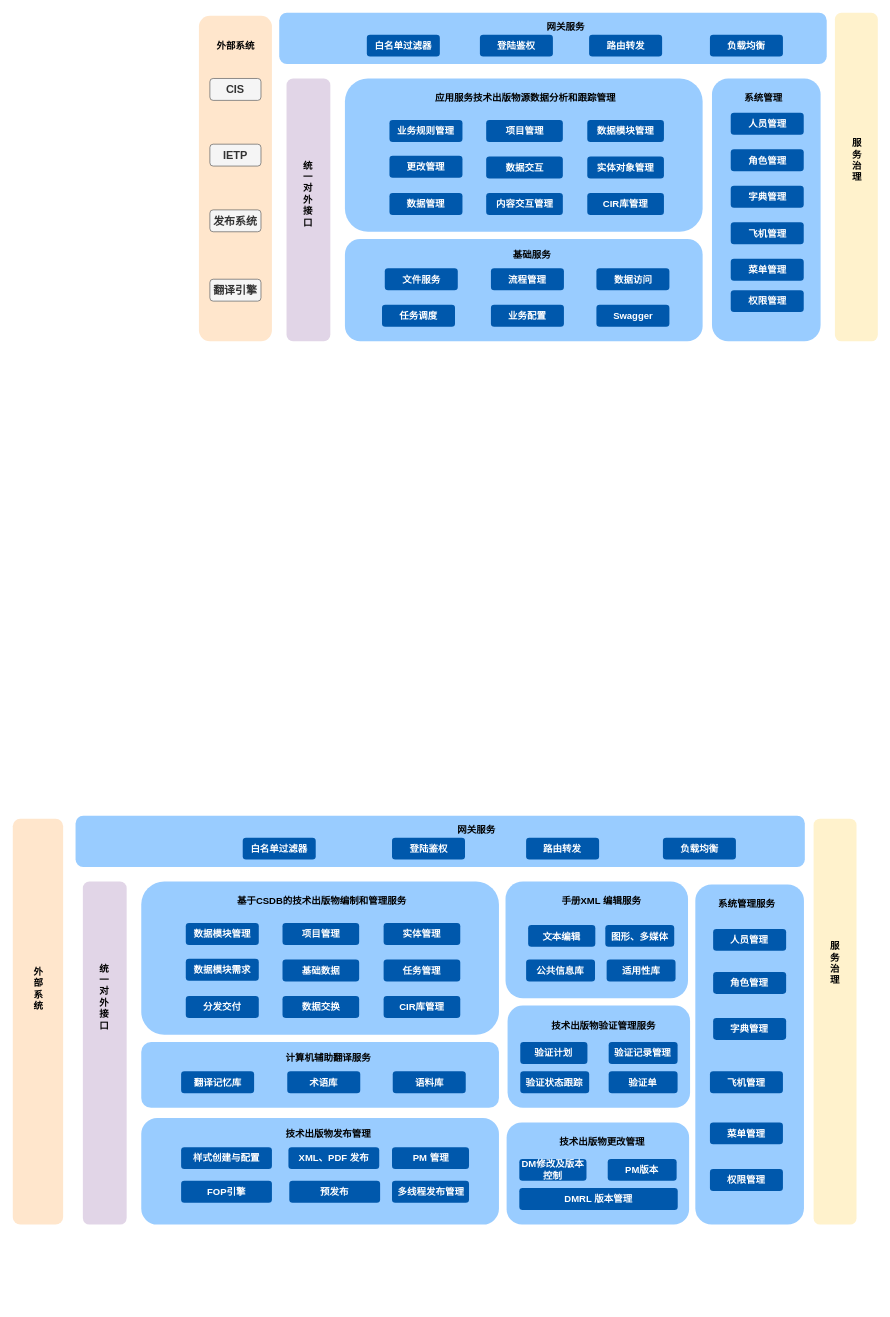
DemonHan/KuickBuy keeps this draw.io diagram as 机载共性/机载共性应用架构.drawio. Above is the earlier version. Source tidied: cells renumbered, new cells numbered last; positions are measured from the earlier drawing's top-left corner, leaving out a move shared by most shapes. Both pictures are drawn from the tidied source at 73%, with x=0, y=0 at pixel (12, 12).
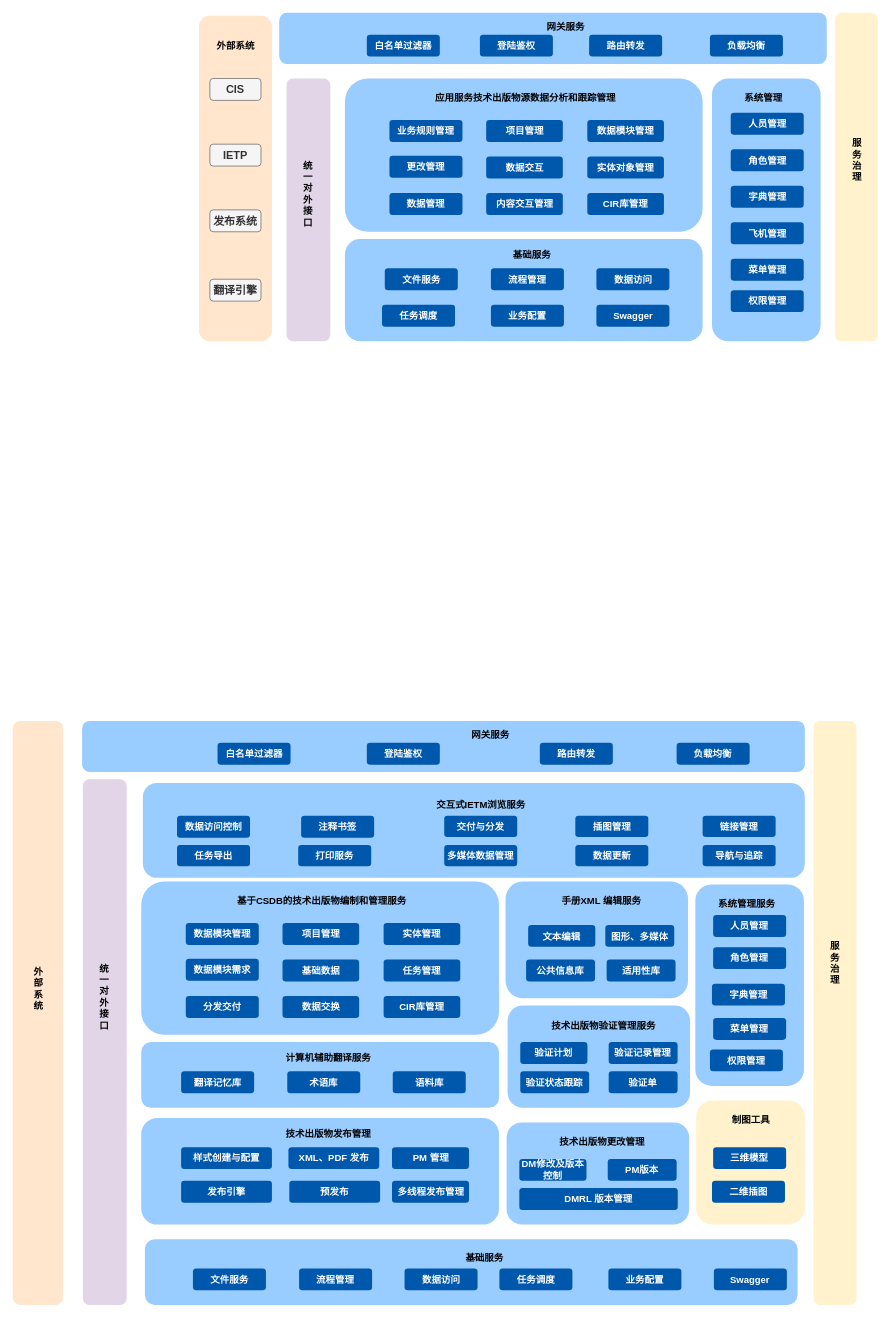
The same diagram, later.

Commit message (it also covers changes not shown here):
更新机载共性应用架构.drawio

The edit, as a diff of the source:
```diff
@@
     <mxCell id="50" style="rounded=1;whiteSpace=wrap;html=1;fillColor=#99CCFF;strokeColor=none;" parent="1" vertex="1">
-      <mxGeometry x="935" y="1194" width="148.8" height="466" as="geometry" />
+      <mxGeometry x="935" y="1194" width="148.8" height="276" as="geometry" />
     </mxCell>
@@
     <mxCell id="52" value="人员管理" style="rounded=1;whiteSpace=wrap;html=1;fontStyle=1;fontSize=13;strokeColor=none;fillColor=#0058AC;fontColor=#FFFFFF;" parent="1" vertex="1">
-      <mxGeometry x="959.4" y="1255" width="100" height="30" as="geometry" />
+      <mxGeometry x="959.4" y="1236" width="100" height="30" as="geometry" />
     </mxCell>
     <mxCell id="53" value="角色管理" style="rounded=1;whiteSpace=wrap;html=1;fontStyle=1;fontSize=13;strokeColor=none;fillColor=#0058AC;fontColor=#FFFFFF;" parent="1" vertex="1">
-      <mxGeometry x="959.4" y="1314" width="100" height="30" as="geometry" />
+      <mxGeometry x="959.4" y="1280" width="100" height="30" as="geometry" />
     </mxCell>
     <mxCell id="54" value="字典管理" style="rounded=1;whiteSpace=wrap;html=1;fontStyle=1;fontSize=13;strokeColor=none;fillColor=#0058AC;fontColor=#FFFFFF;" parent="1" vertex="1">
-      <mxGeometry x="959.4" y="1377" width="100" height="30" as="geometry" />
+      <mxGeometry x="957.8" y="1330" width="100" height="30" as="geometry" />
     </mxCell>
-    <mxCell id="55" value="飞机管理" style="rounded=1;whiteSpace=wrap;html=1;fontStyle=1;fontSize=13;strokeColor=none;fillColor=#0058AC;fontColor=#FFFFFF;" parent="1" vertex="1">
-      <mxGeometry x="955" y="1450" width="100" height="30" as="geometry" />
-    </mxCell>
     <mxCell id="56" value="菜单管理" style="rounded=1;whiteSpace=wrap;html=1;fontStyle=1;fontSize=13;strokeColor=none;fillColor=#0058AC;fontColor=#FFFFFF;" parent="1" vertex="1">
-      <mxGeometry x="955" y="1520" width="100" height="30" as="geometry" />
+      <mxGeometry x="959.4" y="1377" width="100" height="30" as="geometry" />
     </mxCell>
     <mxCell id="57" value="权限管理" style="rounded=1;whiteSpace=wrap;html=1;fontStyle=1;fontSize=13;strokeColor=none;fillColor=#0058AC;fontColor=#FFFFFF;" parent="1" vertex="1">
-      <mxGeometry x="955" y="1584" width="100" height="30" as="geometry" />
+      <mxGeometry x="955" y="1420" width="100" height="30" as="geometry" />
     </mxCell>
@@
     <mxCell id="69" style="rounded=1;whiteSpace=wrap;html=1;fillColor=#99CCFF;strokeColor=none;" parent="1" vertex="1">
-      <mxGeometry x="86" y="1100" width="999" height="70" as="geometry" />
+      <mxGeometry x="95" y="970" width="990" height="70" as="geometry" />
     </mxCell>
     <mxCell id="70" value="网关服务" style="text;html=1;align=center;verticalAlign=middle;strokeColor=none;fillColor=none;fontStyle=1;fontSize=13;" parent="1" vertex="1">
-      <mxGeometry x="595" y="1104" width="80" height="30" as="geometry" />
+      <mxGeometry x="613.8" y="974" width="80" height="30" as="geometry" />
     </mxCell>
     <mxCell id="71" value="白名单过滤器" style="rounded=1;whiteSpace=wrap;html=1;fontStyle=1;fontSize=13;strokeColor=none;fillColor=#0058AC;fontColor=#FFFFFF;" parent="1" vertex="1">
-      <mxGeometry x="315" y="1130" width="100" height="30" as="geometry" />
+      <mxGeometry x="280.5" y="1000" width="100" height="30" as="geometry" />
     </mxCell>
     <mxCell id="72" value="登陆鉴权" style="rounded=1;whiteSpace=wrap;html=1;fontStyle=1;fontSize=13;strokeColor=none;fillColor=#0058AC;fontColor=#FFFFFF;" parent="1" vertex="1">
-      <mxGeometry x="519.5" y="1130" width="100" height="30" as="geometry" />
+      <mxGeometry x="485" y="1000" width="100" height="30" as="geometry" />
     </mxCell>
     <mxCell id="73" value="路由转发" style="rounded=1;whiteSpace=wrap;html=1;fontStyle=1;fontSize=13;strokeColor=none;fillColor=#0058AC;fontColor=#FFFFFF;" parent="1" vertex="1">
-      <mxGeometry x="703.2" y="1130" width="100" height="30" as="geometry" />
+      <mxGeometry x="722" y="1000" width="100" height="30" as="geometry" />
     </mxCell>
     <mxCell id="74" value="负载均衡" style="rounded=1;whiteSpace=wrap;html=1;fontStyle=1;fontSize=13;strokeColor=none;fillColor=#0058AC;fontColor=#FFFFFF;" parent="1" vertex="1">
-      <mxGeometry x="890.6" y="1130" width="100" height="30" as="geometry" />
+      <mxGeometry x="909.4" y="1000" width="100" height="30" as="geometry" />
     </mxCell>
     <mxCell id="75" style="rounded=1;whiteSpace=wrap;html=1;fillColor=#e1d5e7;strokeColor=none;" parent="1" vertex="1">
-      <mxGeometry x="96" y="1190" width="60" height="470" as="geometry" />
+      <mxGeometry x="96" y="1050" width="60" height="720" as="geometry" />
     </mxCell>
@@
     <mxCell id="77" style="rounded=1;whiteSpace=wrap;html=1;fillColor=#fff2cc;strokeColor=none;" parent="1" vertex="1">
-      <mxGeometry x="1097" y="1104" width="58.8" height="556" as="geometry" />
+      <mxGeometry x="1097" y="970" width="58.8" height="800" as="geometry" />
     </mxCell>
@@
     <mxCell id="79" style="rounded=1;whiteSpace=wrap;html=1;fillColor=#ffe6cc;strokeColor=none;" parent="1" vertex="1">
-      <mxGeometry y="1104" width="69" height="556" as="geometry" />
+      <mxGeometry y="970" width="69" height="800" as="geometry" />
     </mxCell>
@@
-    <mxCell id="98" value="FOP引擎" style="rounded=1;whiteSpace=wrap;html=1;fontStyle=1;fontSize=13;strokeColor=none;fillColor=#0058AC;fontColor=#FFFFFF;" parent="1" vertex="1">
+    <mxCell id="98" value="发布引擎" style="rounded=1;whiteSpace=wrap;html=1;fontStyle=1;fontSize=13;strokeColor=none;fillColor=#0058AC;fontColor=#FFFFFF;" parent="1" vertex="1">
       <mxGeometry x="230.6" y="1600" width="124.4" height="30" as="geometry" />
     </mxCell>
@@
+    <mxCell id="106" style="rounded=1;whiteSpace=wrap;html=1;fillColor=#fff2cc;strokeColor=none;" parent="1" vertex="1">
+      <mxGeometry x="936.2" y="1490" width="148.8" height="170" as="geometry" />
+    </mxCell>
+    <mxCell id="107" value="制图工具" style="text;html=1;align=center;verticalAlign=middle;strokeColor=none;fillColor=none;fontStyle=1;fontSize=13;" parent="1" vertex="1">
+      <mxGeometry x="970.6" y="1502" width="80" height="30" as="geometry" />
+    </mxCell>
+    <mxCell id="108" value="三维模型" style="rounded=1;whiteSpace=wrap;html=1;fontStyle=1;fontSize=13;strokeColor=none;fillColor=#0058AC;fontColor=#FFFFFF;" parent="1" vertex="1">
+      <mxGeometry x="959.4" y="1554" width="100" height="30" as="geometry" />
+    </mxCell>
+    <mxCell id="109" value="二维插图" style="rounded=1;whiteSpace=wrap;html=1;fontStyle=1;fontSize=13;strokeColor=none;fillColor=#0058AC;fontColor=#FFFFFF;" parent="1" vertex="1">
+      <mxGeometry x="957.8" y="1600" width="100" height="30" as="geometry" />
+    </mxCell>
+    <mxCell id="110" style="rounded=1;whiteSpace=wrap;html=1;fillColor=#99CCFF;strokeColor=none;" parent="1" vertex="1">
+      <mxGeometry x="178.2" y="1055" width="906.8" height="130" as="geometry" />
+    </mxCell>
+    <mxCell id="111" value="交互式IETM浏览服务" style="text;html=1;align=center;verticalAlign=middle;strokeColor=none;fillColor=none;fontStyle=1;fontSize=13;" parent="1" vertex="1">
+      <mxGeometry x="566" y="1070" width="150" height="30" as="geometry" />
+    </mxCell>
+    <mxCell id="112" value="数据访问控制" style="rounded=1;whiteSpace=wrap;html=1;fontStyle=1;fontSize=13;strokeColor=none;fillColor=#0058AC;fontColor=#FFFFFF;" parent="1" vertex="1">
+      <mxGeometry x="225" y="1100" width="100" height="30" as="geometry" />
+    </mxCell>
+    <mxCell id="113" value="注释书签" style="rounded=1;whiteSpace=wrap;html=1;fontStyle=1;fontSize=13;strokeColor=none;fillColor=#0058AC;fontColor=#FFFFFF;" parent="1" vertex="1">
+      <mxGeometry x="395" y="1100" width="100" height="30" as="geometry" />
+    </mxCell>
+    <mxCell id="114" value="交付与分发" style="rounded=1;whiteSpace=wrap;html=1;fontStyle=1;fontSize=13;strokeColor=none;fillColor=#0058AC;fontColor=#FFFFFF;" parent="1" vertex="1">
+      <mxGeometry x="591" y="1100" width="100" height="29" as="geometry" />
+    </mxCell>
+    <mxCell id="115" value="插图管理" style="rounded=1;whiteSpace=wrap;html=1;fontStyle=1;fontSize=13;strokeColor=none;fillColor=#0058AC;fontColor=#FFFFFF;" parent="1" vertex="1">
+      <mxGeometry x="770.6" y="1100" width="100" height="29" as="geometry" />
+    </mxCell>
+    <mxCell id="116" value="链接管理" style="rounded=1;whiteSpace=wrap;html=1;fontStyle=1;fontSize=13;strokeColor=none;fillColor=#0058AC;fontColor=#FFFFFF;" parent="1" vertex="1">
+      <mxGeometry x="945" y="1100" width="100" height="29" as="geometry" />
+    </mxCell>
+    <mxCell id="117" value="导航与追踪" style="rounded=1;whiteSpace=wrap;html=1;fontStyle=1;fontSize=13;strokeColor=none;fillColor=#0058AC;fontColor=#FFFFFF;" parent="1" vertex="1">
+      <mxGeometry x="945" y="1140" width="100" height="29" as="geometry" />
+    </mxCell>
+    <mxCell id="118" value="任务导出" style="rounded=1;whiteSpace=wrap;html=1;fontStyle=1;fontSize=13;strokeColor=none;fillColor=#0058AC;fontColor=#FFFFFF;" parent="1" vertex="1">
+      <mxGeometry x="225" y="1140" width="100" height="29" as="geometry" />
+    </mxCell>
+    <mxCell id="119" value="打印服务" style="rounded=1;whiteSpace=wrap;html=1;fontStyle=1;fontSize=13;strokeColor=none;fillColor=#0058AC;fontColor=#FFFFFF;" parent="1" vertex="1">
+      <mxGeometry x="391" y="1140" width="100" height="29" as="geometry" />
+    </mxCell>
+    <mxCell id="120" value="多媒体数据管理" style="rounded=1;whiteSpace=wrap;html=1;fontStyle=1;fontSize=13;strokeColor=none;fillColor=#0058AC;fontColor=#FFFFFF;" parent="1" vertex="1">
+      <mxGeometry x="591" y="1140" width="100" height="29" as="geometry" />
+    </mxCell>
+    <mxCell id="121" value="数据更新" style="rounded=1;whiteSpace=wrap;html=1;fontStyle=1;fontSize=13;strokeColor=none;fillColor=#0058AC;fontColor=#FFFFFF;" parent="1" vertex="1">
+      <mxGeometry x="770.6" y="1140" width="100" height="29" as="geometry" />
+    </mxCell>
+    <mxCell id="122" style="rounded=1;whiteSpace=wrap;html=1;fillColor=#99CCFF;strokeColor=none;" parent="1" vertex="1">
+      <mxGeometry x="181" y="1680" width="894" height="90" as="geometry" />
+    </mxCell>
+    <mxCell id="123" value="基础服务" style="text;html=1;align=center;verticalAlign=middle;strokeColor=none;fillColor=none;fontStyle=1;fontSize=13;" parent="1" vertex="1">
+      <mxGeometry x="606" y="1690" width="80" height="30" as="geometry" />
+    </mxCell>
+    <mxCell id="124" value="文件服务" style="rounded=1;whiteSpace=wrap;html=1;fontStyle=1;fontSize=13;strokeColor=none;fillColor=#0058AC;fontColor=#FFFFFF;" parent="1" vertex="1">
+      <mxGeometry x="246.8" y="1720" width="100" height="30" as="geometry" />
+    </mxCell>
+    <mxCell id="125" value="任务调度" style="rounded=1;whiteSpace=wrap;html=1;fontStyle=1;fontSize=13;strokeColor=none;fillColor=#0058AC;fontColor=#FFFFFF;" parent="1" vertex="1">
+      <mxGeometry x="666.6" y="1720" width="100" height="30" as="geometry" />
+    </mxCell>
+    <mxCell id="126" value="数据访问" style="rounded=1;whiteSpace=wrap;html=1;fontStyle=1;fontSize=13;strokeColor=none;fillColor=#0058AC;fontColor=#FFFFFF;" parent="1" vertex="1">
+      <mxGeometry x="536.7" y="1720" width="100" height="30" as="geometry" />
+    </mxCell>
+    <mxCell id="127" value="流程管理" style="rounded=1;whiteSpace=wrap;html=1;fontStyle=1;fontSize=13;strokeColor=none;fillColor=#0058AC;fontColor=#FFFFFF;" parent="1" vertex="1">
+      <mxGeometry x="392.2" y="1720" width="100" height="30" as="geometry" />
+    </mxCell>
+    <mxCell id="128" value="业务配置" style="rounded=1;whiteSpace=wrap;html=1;fontStyle=1;fontSize=13;strokeColor=none;fillColor=#0058AC;fontColor=#FFFFFF;" parent="1" vertex="1">
+      <mxGeometry x="815.9" y="1720" width="100" height="30" as="geometry" />
+    </mxCell>
+    <mxCell id="129" value="Swagger" style="rounded=1;whiteSpace=wrap;html=1;fontStyle=1;fontSize=13;strokeColor=none;fillColor=#0058AC;fontColor=#FFFFFF;" parent="1" vertex="1">
+      <mxGeometry x="960.4" y="1720" width="100" height="30" as="geometry" />
+    </mxCell>
```
